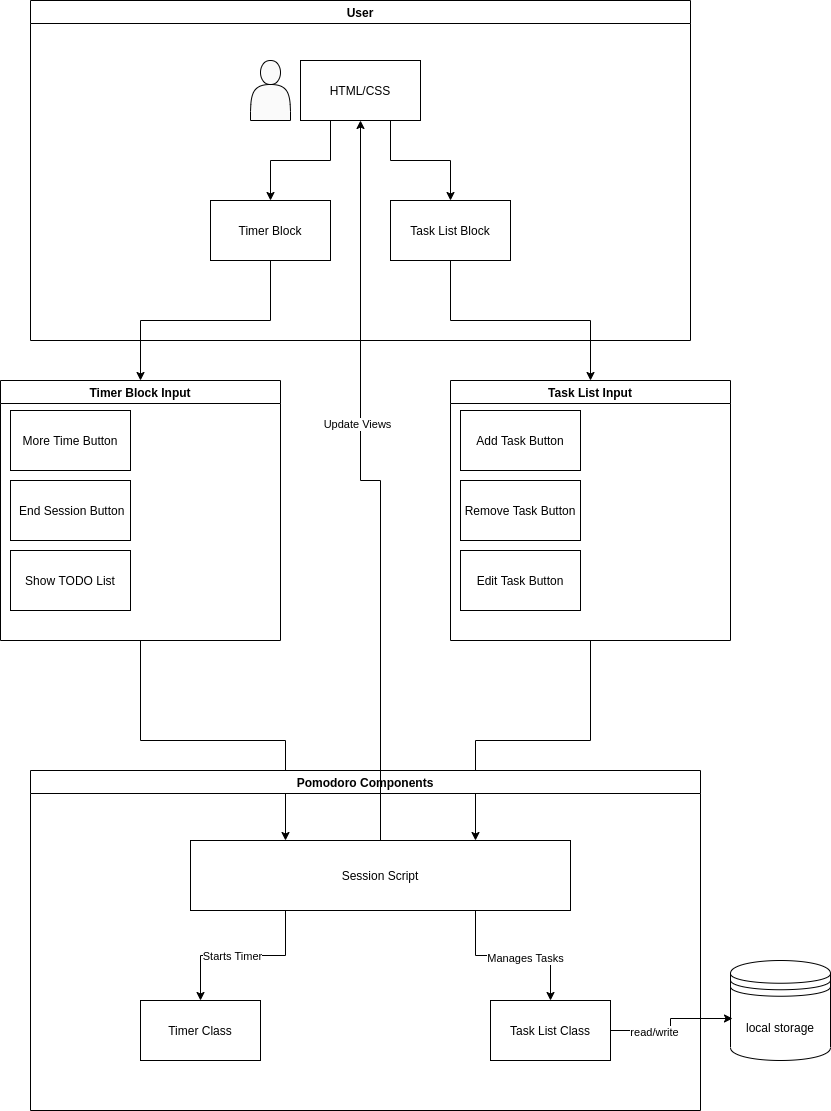
Before: admin/pitch/systemdiagram.drawio.png, a diagram exported from draw.io (CSE-110-Group-29/Electric-Pomato). Source tidied: cells renumbered, new cells last; positions are measured from the earlier drawing's top-left corner, leaving out a move shared by most shapes.
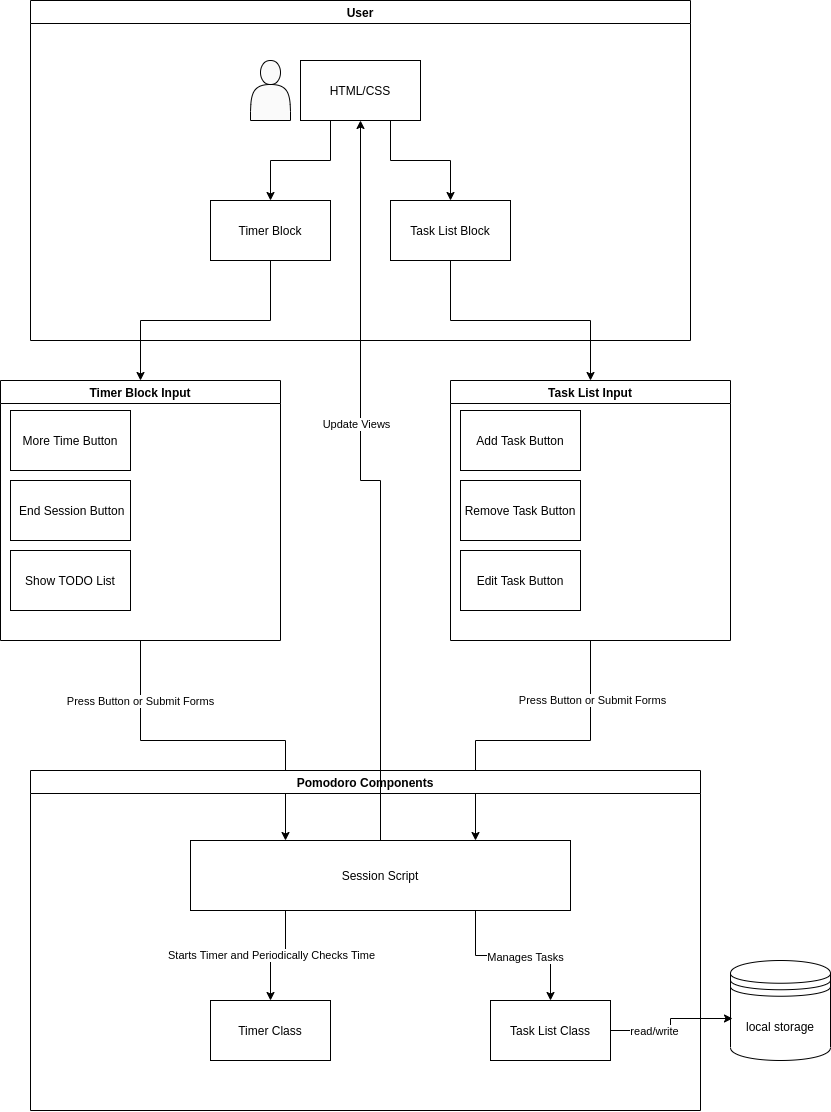
After the commit.

Commit message:
added more arrow notes

The edit, as a diff of the source:
```diff
@@ -26,6 +26,9 @@
     <mxCell id="9" style="edgeStyle=orthogonalEdgeStyle;rounded=0;jettySize=auto;html=1;exitX=0.5;exitY=1;exitDx=0;exitDy=0;entryX=0.25;entryY=0;entryDx=0;entryDy=0;" parent="1" edge="1" source="10" target="26">
       <mxGeometry relative="1" as="geometry" />
     </mxCell>
+    <mxCell id="34" value="Press Button or Submit Forms" style="edgeLabel;html=1;align=center;verticalAlign=middle;" parent="9" vertex="1">
+      <mxGeometry x="-0.65" relative="1" as="geometry" />
+    </mxCell>
     <mxCell id="10" value="Timer Block Input" style="swimlane;" parent="1" vertex="1">
       <mxGeometry y="380" width="280" height="260" as="geometry" />
     </mxCell>
@@ -42,8 +45,16 @@
       <mxGeometry relative="1" as="geometry" />
     </mxCell>
     <mxCell id="15" style="edgeStyle=orthogonalEdgeStyle;rounded=0;jettySize=auto;html=1;exitX=0.5;exitY=1;exitDx=0;exitDy=0;entryX=0.75;entryY=0;entryDx=0;entryDy=0;" parent="1" edge="1" source="16" target="26">
-      <mxGeometry relative="1" as="geometry" />
+      <mxGeometry relative="1" as="geometry">
+        <Array as="points">
+          <mxPoint x="590" y="740" />
+          <mxPoint x="475" y="740" />
+        </Array>
+      </mxGeometry>
     </mxCell>
+    <mxCell id="35" value="Press Button or Submit Forms" style="edgeLabel;html=1;align=center;verticalAlign=middle;" parent="15" vertex="1">
+      <mxGeometry x="-0.62" y="2" relative="1" as="geometry" />
+    </mxCell>
     <mxCell id="16" value="Task List Input" style="swimlane;" parent="1" vertex="1">
       <mxGeometry x="450" y="380" width="280" height="260" as="geometry" />
     </mxCell>
@@ -65,7 +76,7 @@
     <mxCell id="22" style="edgeStyle=orthogonalEdgeStyle;rounded=0;jettySize=auto;html=1;exitX=0.25;exitY=1;exitDx=0;exitDy=0;" parent="21" edge="1" source="26" target="27">
       <mxGeometry relative="1" as="geometry" />
     </mxCell>
-    <mxCell id="23" value="Starts Timer" style="edgeLabel;html=1;align=center;verticalAlign=middle;" parent="22" vertex="1">
+    <mxCell id="23" value="Starts Timer and Periodically Checks Time" style="edgeLabel;html=1;align=center;verticalAlign=middle;" parent="22" vertex="1">
       <mxGeometry x="0.13" relative="1" as="geometry" />
     </mxCell>
     <mxCell id="24" style="edgeStyle=orthogonalEdgeStyle;rounded=0;jettySize=auto;html=1;exitX=0.75;exitY=1;exitDx=0;exitDy=0;" parent="21" edge="1" source="26" target="28">
@@ -78,7 +89,7 @@
       <mxGeometry x="160" y="70" width="380" height="70" as="geometry" />
     </mxCell>
     <mxCell id="27" value="Timer Class" style="rounded=0;whiteSpace=wrap;html=1;" parent="21" vertex="1">
-      <mxGeometry x="110" y="230" width="120" height="60" as="geometry" />
+      <mxGeometry x="180" y="230" width="120" height="60" as="geometry" />
     </mxCell>
     <mxCell id="28" value="Task List Class" style="rounded=0;whiteSpace=wrap;html=1;" parent="21" vertex="1">
       <mxGeometry x="460" y="230" width="120" height="60" as="geometry" />
```
